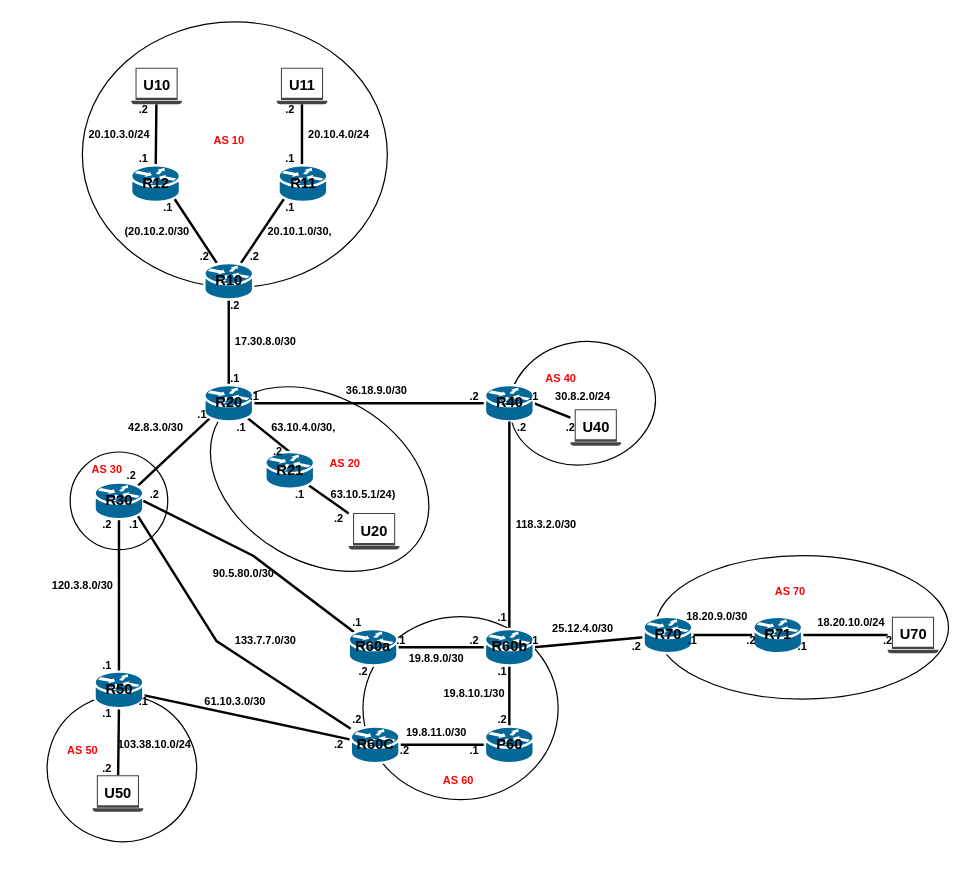
Earlier version of the draw.io diagram NE_P1.drawio (SkYF4Il/SkYF4Il). Source tidied: cells renumbered, new cells numbered last; positions are measured from the earlier drawing's top-left corner, leaving out a move shared by most shapes. Both pictures are drawn from the tidied source at 122%, with x=0, y=0 at pixel (21, 21).
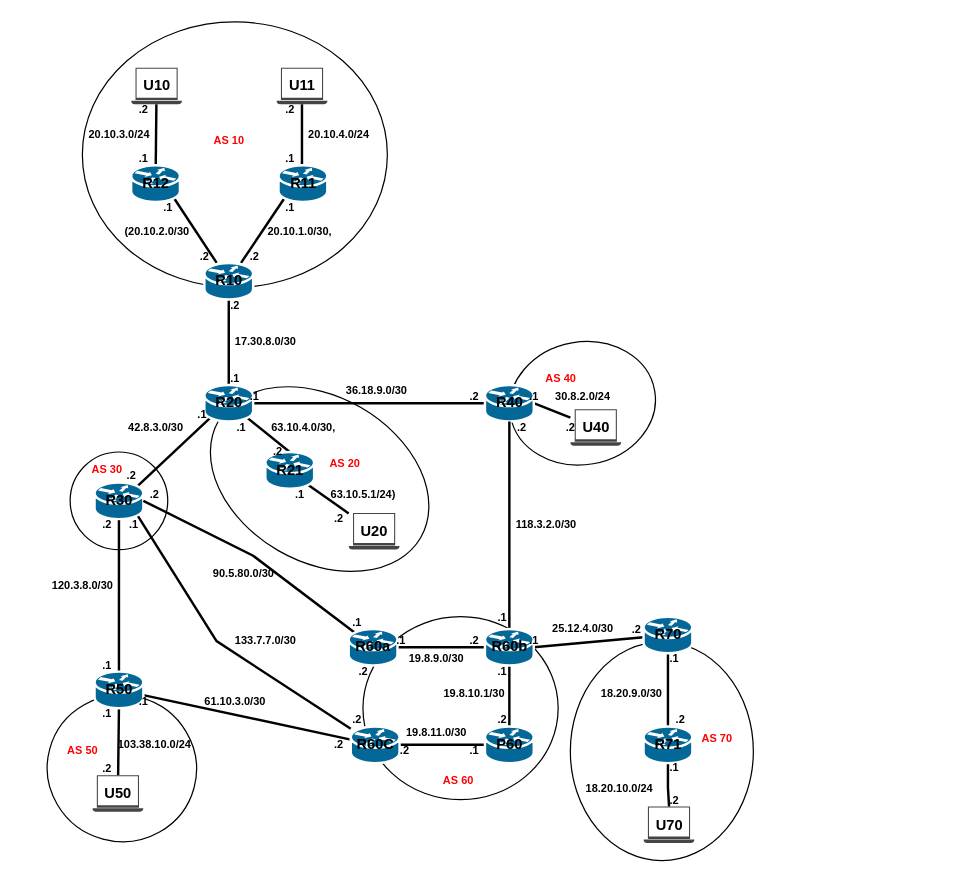
After the change.

The change refers to these unchanged cells:
```xml
<mxCell id="38" value="&lt;b&gt;R70&lt;/b&gt;" style="shape=mxgraph.cisco.routers.router;sketch=0;html=1;dashed=0;fillColor=#036897;strokeColor=#ffffff;strokeWidth=2;verticalLabelPosition=middle;verticalAlign=middle;align=center;outlineConnect=0;labelPosition=center;labelBackgroundColor=none;" parent="1" vertex="1">
  <mxGeometry x="510" y="488" width="40" height="30" as="geometry" />
</mxCell>
```

Change to the diagram source:
```diff
@@
     <mxCell id="5" style="ellipse;whiteSpace=wrap;html=1;labelBackgroundColor=none;fillColor=none;rotation=0;" parent="1" vertex="1">
-      <mxGeometry x="520" y="438" width="240" height="117.5" as="geometry" />
+      <mxGeometry x="450" y="508.6" width="150" height="179.3" as="geometry" />
     </mxCell>
@@
-    <mxCell id="37" style="edgeStyle=none;rounded=0;jettySize=auto;html=1;endArrow=none;endFill=0;strokeWidth=2;" parent="1" edge="1" source="38" target="40">
+    <mxCell id="37" style="edgeStyle=none;rounded=0;jettySize=auto;html=1;endArrow=none;endFill=0;strokeWidth=2;startArrow=none;" parent="1" edge="1" source="120" target="40">
       <mxGeometry relative="1" as="geometry" />
     </mxCell>
+    <mxCell id="126" style="edgeStyle=orthogonalEdgeStyle;rounded=0;jettySize=auto;html=1;strokeWidth=2;fontSize=9;fontColor=#FF0000;endArrow=none;endFill=0;" parent="1" edge="1" source="38" target="40">
+      <mxGeometry relative="1" as="geometry" />
+    </mxCell>
@@
-    <mxCell id="39" style="edgeStyle=none;rounded=0;jettySize=auto;html=1;exitX=1;exitY=0.5;exitDx=0;exitDy=0;exitPerimeter=0;endArrow=none;endFill=0;strokeWidth=2;" parent="1" edge="1" source="40" target="41">
+    <mxCell id="39" style="edgeStyle=orthogonalEdgeStyle;rounded=0;jettySize=auto;html=1;exitX=0.5;exitY=1;exitDx=0;exitDy=0;exitPerimeter=0;strokeWidth=2;fontSize=9;fontColor=#FF0000;endArrow=none;endFill=0;" parent="1" edge="1" source="40" target="41">
       <mxGeometry relative="1" as="geometry" />
     </mxCell>
     <mxCell id="40" value="&lt;b&gt;R71&lt;/b&gt;" style="shape=mxgraph.cisco.routers.router;sketch=0;html=1;dashed=0;fillColor=#036897;strokeColor=#ffffff;strokeWidth=2;verticalLabelPosition=middle;verticalAlign=middle;align=center;outlineConnect=0;labelPosition=center;labelBackgroundColor=none;" parent="1" vertex="1">
-      <mxGeometry x="600" y="488" width="40" height="30" as="geometry" />
+      <mxGeometry x="510" y="578" width="40" height="30" as="geometry" />
     </mxCell>
     <mxCell id="41" value="&lt;b&gt;U70&lt;/b&gt;" style="sketch=0;shadow=0;dashed=0;html=1;strokeColor=none;fillColor=#434445;labelPosition=center;verticalLabelPosition=middle;verticalAlign=middle;align=center;outlineConnect=0;shape=mxgraph.vvd.laptop;" parent="1" vertex="1">
-      <mxGeometry x="710" y="488" width="41.7" height="30" as="geometry" />
+      <mxGeometry x="510" y="643.6" width="41.7" height="30" as="geometry" />
     </mxCell>
@@
     <mxCell id="118" value=".2" style="text;strokeColor=none;fillColor=none;html=1;fontSize=9;fontStyle=1;verticalAlign=middle;align=center;" parent="1" vertex="1">
-      <mxGeometry x="464" y="508" width="80" height="10" as="geometry" />
+      <mxGeometry x="464" y="494" width="80" height="10" as="geometry" />
     </mxCell>
     <mxCell id="119" value=".1" style="text;strokeColor=none;fillColor=none;html=1;fontSize=9;fontStyle=1;verticalAlign=middle;align=center;" parent="1" vertex="1">
-      <mxGeometry x="510" y="503" width="80" height="10" as="geometry" />
+      <mxGeometry x="494.7" y="518" width="80" height="10" as="geometry" />
     </mxCell>
-    <mxCell id="120" value=".2" style="text;strokeColor=none;fillColor=none;html=1;fontSize=9;fontStyle=1;verticalAlign=middle;align=center;" parent="1" vertex="1">
-      <mxGeometry x="558" y="503" width="80" height="10" as="geometry" />
-    </mxCell>
     <mxCell id="121" value=".1" style="text;strokeColor=none;fillColor=none;html=1;fontSize=9;fontStyle=1;verticalAlign=middle;align=center;" parent="1" vertex="1">
-      <mxGeometry x="600" y="508" width="80" height="10" as="geometry" />
+      <mxGeometry x="494.7" y="607.4" width="80" height="10" as="geometry" />
     </mxCell>
     <mxCell id="122" value=".2" style="text;strokeColor=none;fillColor=none;html=1;fontSize=9;fontStyle=1;verticalAlign=middle;align=center;" parent="1" vertex="1">
-      <mxGeometry x="670" y="503" width="80" height="10" as="geometry" />
+      <mxGeometry x="494.7" y="633.6" width="80" height="10" as="geometry" />
     </mxCell>
     <mxCell id="123" value="&lt;font style=&quot;font-size: 9px;&quot;&gt;18.20.9.0/30&lt;/font&gt;" style="text;strokeColor=none;fillColor=none;html=1;fontSize=9;fontStyle=1;verticalAlign=middle;align=center;" parent="1" vertex="1">
-      <mxGeometry x="530" y="483" width="80" height="10" as="geometry" />
+      <mxGeometry x="460" y="545.5" width="80" height="10" as="geometry" />
     </mxCell>
     <mxCell id="124" value="&lt;font style=&quot;font-size: 9px;&quot;&gt;18.20.10.0/24&lt;/font&gt;" style="text;strokeColor=none;fillColor=none;html=1;fontSize=9;fontStyle=1;verticalAlign=middle;align=center;" parent="1" vertex="1">
-      <mxGeometry x="640" y="488" width="80" height="10" as="geometry" />
+      <mxGeometry x="450" y="623.6" width="80" height="10" as="geometry" />
     </mxCell>
     <mxCell id="125" value="AS 70" style="text;strokeColor=none;fillColor=none;html=1;fontSize=9;fontStyle=1;verticalAlign=middle;align=center;fontColor=#FF0000;" parent="1" vertex="1">
-      <mxGeometry x="580" y="448" width="100" height="40" as="geometry" />
+      <mxGeometry x="520" y="568" width="100" height="40" as="geometry" />
     </mxCell>
+    <mxCell id="120" value=".2" style="text;strokeColor=none;fillColor=none;html=1;fontSize=9;fontStyle=1;verticalAlign=middle;align=center;" parent="1" vertex="1">
+      <mxGeometry x="500" y="568" width="80" height="10" as="geometry" />
+    </mxCell>
```
